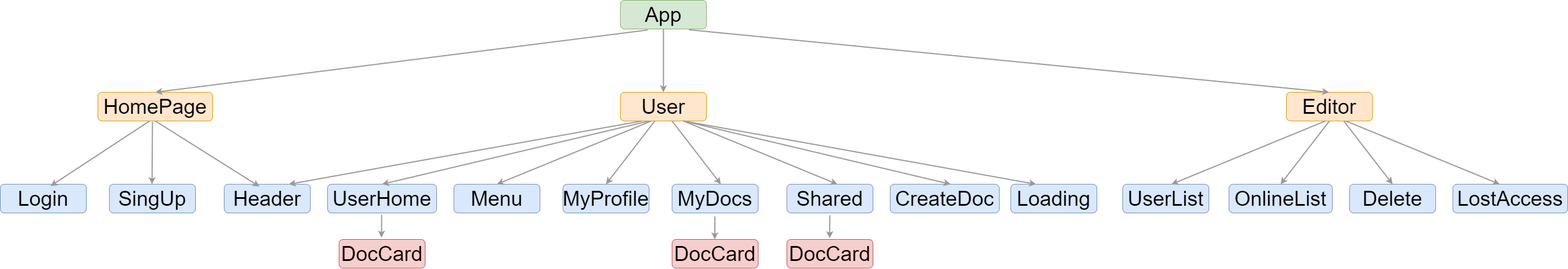
Earlier version of the draw.io export VueComponent.png (jerryliTAO/Doc-CoEdit). Source tidied: cells renumbered, new cells last; positions are measured from the earlier drawing's top-left corner, leaving out a move shared by most shapes.
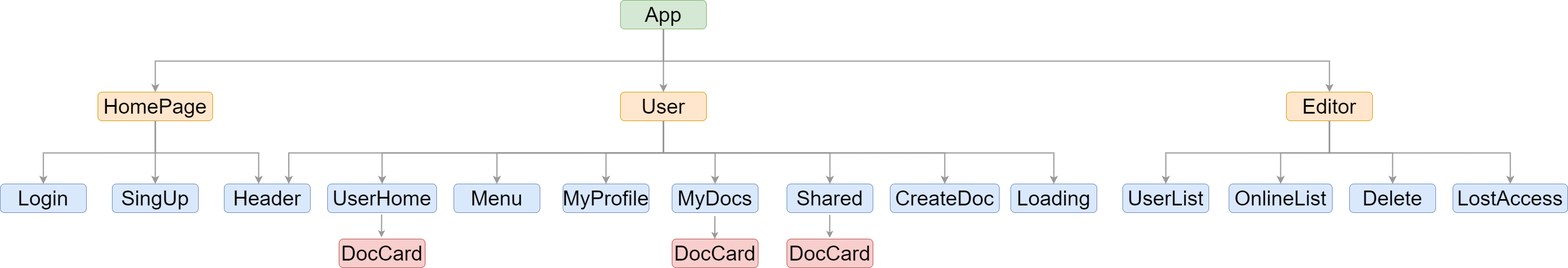
After the commit.

Commit message:
update gitignore frontend: VueComponent image

Change to the diagram source:
```diff
@@ -18,7 +18,7 @@
       <mxGeometry y="320" width="150" height="50" as="geometry" />
     </mxCell>
     <mxCell id="7" value="SingUp" style="rounded=1;whiteSpace=wrap;html=1;fontSize=36;fillColor=#dae8fc;strokeColor=#6c8ebf;" parent="1" vertex="1">
-      <mxGeometry x="190" y="320" width="150" height="50" as="geometry" />
+      <mxGeometry x="195" y="320" width="150" height="50" as="geometry" />
     </mxCell>
     <mxCell id="8" value="Header" style="rounded=1;whiteSpace=wrap;html=1;fontSize=36;fillColor=#dae8fc;strokeColor=#6c8ebf;" parent="1" vertex="1">
       <mxGeometry x="390" y="320" width="150" height="50" as="geometry" />
@@ -56,117 +56,88 @@
     <mxCell id="19" value="UserHome" style="rounded=1;whiteSpace=wrap;html=1;fontSize=36;fillColor=#dae8fc;strokeColor=#6c8ebf;" parent="1" vertex="1">
       <mxGeometry x="570" y="320" width="190" height="50" as="geometry" />
     </mxCell>
+    <mxCell id="44" value="DocCard" style="rounded=1;whiteSpace=wrap;html=1;fontSize=36;fillColor=#f8cecc;strokeColor=#b85450;" parent="1" vertex="1">
+      <mxGeometry x="590" y="416" width="150" height="50" as="geometry" />
+    </mxCell>
+    <mxCell id="45" value="DocCard" style="rounded=1;whiteSpace=wrap;html=1;fontSize=36;fillColor=#f8cecc;strokeColor=#b85450;" parent="1" vertex="1">
+      <mxGeometry x="1170" y="416" width="150" height="50" as="geometry" />
+    </mxCell>
+    <mxCell id="46" value="DocCard" style="rounded=1;whiteSpace=wrap;html=1;fontSize=36;fillColor=#f8cecc;strokeColor=#b85450;" parent="1" vertex="1">
+      <mxGeometry x="1370" y="416" width="150" height="50" as="geometry" />
+    </mxCell>
+    <mxCell id="47" style="endArrow=classic;html=1;rounded=0;strokeWidth=2;strokeColor=#999999;exitX=0.5;exitY=1;exitDx=0;exitDy=0;fontSize=36;" parent="1" edge="1">
+      <mxGeometry relative="1" as="geometry">
+        <mxPoint x="664.2" y="373" as="sourcePoint" />
+        <mxPoint x="664" y="413" as="targetPoint" />
+      </mxGeometry>
+    </mxCell>
+    <mxCell id="48" style="endArrow=classic;html=1;rounded=0;strokeWidth=2;strokeColor=#999999;exitX=0.5;exitY=1;exitDx=0;exitDy=0;fontSize=36;" parent="1" edge="1">
+      <mxGeometry relative="1" as="geometry">
+        <mxPoint x="1244.6" y="376" as="sourcePoint" />
+        <mxPoint x="1244.5" y="416" as="targetPoint" />
+      </mxGeometry>
+    </mxCell>
+    <mxCell id="49" style="endArrow=classic;html=1;rounded=0;strokeWidth=2;strokeColor=#999999;exitX=0.5;exitY=1;exitDx=0;exitDy=0;fontSize=36;" parent="1" edge="1">
+      <mxGeometry relative="1" as="geometry">
+        <mxPoint x="1444.8" y="374" as="sourcePoint" />
+        <mxPoint x="1444.6" y="414" as="targetPoint" />
+      </mxGeometry>
+    </mxCell>
+    <mxCell id="50" style="edgeStyle=elbowEdgeStyle;elbow=vertical;endArrow=classic;html=1;curved=0;rounded=0;endSize=8;startSize=8;strokeColor=#999999;strokeWidth=2;align=center;verticalAlign=middle;fontFamily=Helvetica;fontSize=36;fontColor=default;labelBackgroundColor=default;exitX=0.5;exitY=1;exitDx=0;exitDy=0;" parent="1" edge="1" source="2">
+      <mxGeometry relative="1" as="geometry">
+        <mxPoint x="270" y="160" as="targetPoint" />
+      </mxGeometry>
+    </mxCell>
+    <mxCell id="40" style="edgeStyle=elbowEdgeStyle;elbow=vertical;endArrow=classic;html=1;curved=0;rounded=0;endSize=8;startSize=8;strokeColor=#999999;strokeWidth=2;align=center;verticalAlign=middle;fontFamily=Helvetica;fontSize=36;fontColor=default;labelBackgroundColor=default;exitX=0.5;exitY=1;exitDx=0;exitDy=0;entryX=0.5;entryY=0;entryDx=0;entryDy=0;" parent="1" edge="1" source="2" target="4">
+      <mxGeometry relative="1" as="geometry" />
+    </mxCell>
+    <mxCell id="51" style="edgeStyle=elbowEdgeStyle;elbow=vertical;endArrow=classic;html=1;curved=0;rounded=0;endSize=8;startSize=8;strokeColor=#999999;strokeWidth=2;align=center;verticalAlign=middle;fontFamily=Helvetica;fontSize=36;fontColor=default;labelBackgroundColor=default;exitX=0.5;exitY=1;exitDx=0;exitDy=0;entryX=0.5;entryY=0;entryDx=0;entryDy=0;" parent="1" edge="1" source="2" target="5">
+      <mxGeometry relative="1" as="geometry" />
+    </mxCell>
+    <mxCell id="52" style="edgeStyle=elbowEdgeStyle;elbow=vertical;endArrow=classic;html=1;curved=0;rounded=0;endSize=8;startSize=8;strokeColor=#999999;strokeWidth=2;align=center;verticalAlign=middle;fontFamily=Helvetica;fontSize=36;fontColor=default;labelBackgroundColor=default;exitX=0.5;exitY=1;exitDx=0;exitDy=0;entryX=0.5;entryY=0;entryDx=0;entryDy=0;" parent="1" edge="1" source="3" target="6">
+      <mxGeometry relative="1" as="geometry" />
+    </mxCell>
+    <mxCell id="53" style="edgeStyle=elbowEdgeStyle;elbow=vertical;endArrow=classic;html=1;curved=0;rounded=0;endSize=8;startSize=8;strokeColor=#999999;strokeWidth=2;align=center;verticalAlign=middle;fontFamily=Helvetica;fontSize=36;fontColor=default;labelBackgroundColor=default;exitX=0.5;exitY=1;exitDx=0;exitDy=0;entryX=0.5;entryY=0;entryDx=0;entryDy=0;" parent="1" edge="1" source="3" target="7">
+      <mxGeometry relative="1" as="geometry" />
+    </mxCell>
+    <mxCell id="25" style="edgeStyle=elbowEdgeStyle;elbow=vertical;endArrow=classic;html=1;curved=0;rounded=0;endSize=8;startSize=8;strokeColor=#999999;strokeWidth=2;align=center;verticalAlign=middle;fontFamily=Helvetica;fontSize=36;fontColor=default;labelBackgroundColor=default;exitX=0.5;exitY=1;exitDx=0;exitDy=0;entryX=0.4;entryY=0;entryDx=0;entryDy=0;entryPerimeter=0;" parent="1" edge="1" source="3" target="8">
+      <mxGeometry relative="1" as="geometry" />
+    </mxCell>
+    <mxCell id="54" style="edgeStyle=elbowEdgeStyle;elbow=vertical;endArrow=classic;html=1;curved=0;rounded=0;endSize=8;startSize=8;strokeColor=#999999;strokeWidth=2;align=center;verticalAlign=middle;fontFamily=Helvetica;fontSize=36;fontColor=default;labelBackgroundColor=default;exitX=0.5;exitY=1;exitDx=0;exitDy=0;entryX=0.5;entryY=0;entryDx=0;entryDy=0;" parent="1" edge="1" source="4" target="10">
+      <mxGeometry relative="1" as="geometry" />
+    </mxCell>
+    <mxCell id="55" style="edgeStyle=elbowEdgeStyle;elbow=vertical;endArrow=classic;html=1;curved=0;rounded=0;endSize=8;startSize=8;strokeColor=#999999;strokeWidth=2;align=center;verticalAlign=middle;fontFamily=Helvetica;fontSize=36;fontColor=default;labelBackgroundColor=default;exitX=0.5;exitY=1;exitDx=0;exitDy=0;entryX=0.5;entryY=0;entryDx=0;entryDy=0;" parent="1" edge="1" source="4" target="11">
+      <mxGeometry relative="1" as="geometry" />
+    </mxCell>
+    <mxCell id="56" style="edgeStyle=elbowEdgeStyle;elbow=vertical;endArrow=classic;html=1;curved=0;rounded=0;endSize=8;startSize=8;strokeColor=#999999;strokeWidth=2;align=center;verticalAlign=middle;fontFamily=Helvetica;fontSize=36;fontColor=default;labelBackgroundColor=default;exitX=0.5;exitY=1;exitDx=0;exitDy=0;entryX=0.5;entryY=0;entryDx=0;entryDy=0;" parent="1" edge="1" source="4" target="12">
+      <mxGeometry relative="1" as="geometry" />
+    </mxCell>
+    <mxCell id="57" style="edgeStyle=elbowEdgeStyle;elbow=vertical;endArrow=classic;html=1;curved=0;rounded=0;endSize=8;startSize=8;strokeColor=#999999;strokeWidth=2;align=center;verticalAlign=middle;fontFamily=Helvetica;fontSize=36;fontColor=default;labelBackgroundColor=default;exitX=0.5;exitY=1;exitDx=0;exitDy=0;entryX=0.5;entryY=0;entryDx=0;entryDy=0;" parent="1" edge="1" source="4" target="17">
+      <mxGeometry relative="1" as="geometry" />
+    </mxCell>
+    <mxCell id="58" style="edgeStyle=elbowEdgeStyle;elbow=vertical;endArrow=classic;html=1;curved=0;rounded=0;endSize=8;startSize=8;strokeColor=#999999;strokeWidth=2;align=center;verticalAlign=middle;fontFamily=Helvetica;fontSize=36;fontColor=default;labelBackgroundColor=default;exitX=0.5;exitY=1;exitDx=0;exitDy=0;entryX=0.5;entryY=0;entryDx=0;entryDy=0;" parent="1" edge="1" source="5" target="13">
+      <mxGeometry relative="1" as="geometry" />
+    </mxCell>
+    <mxCell id="59" style="edgeStyle=elbowEdgeStyle;elbow=vertical;endArrow=classic;html=1;curved=0;rounded=0;endSize=8;startSize=8;strokeColor=#999999;strokeWidth=2;align=center;verticalAlign=middle;fontFamily=Helvetica;fontSize=36;fontColor=default;labelBackgroundColor=default;exitX=0.5;exitY=1;exitDx=0;exitDy=0;entryX=0.5;entryY=0;entryDx=0;entryDy=0;" parent="1" edge="1" source="5" target="14">
+      <mxGeometry relative="1" as="geometry" />
+    </mxCell>
+    <mxCell id="60" style="edgeStyle=elbowEdgeStyle;elbow=vertical;endArrow=classic;html=1;curved=0;rounded=0;endSize=8;startSize=8;strokeColor=#999999;strokeWidth=2;align=center;verticalAlign=middle;fontFamily=Helvetica;fontSize=36;fontColor=default;labelBackgroundColor=default;exitX=0.5;exitY=1;exitDx=0;exitDy=0;" parent="1" edge="1" source="5" target="15">
+      <mxGeometry relative="1" as="geometry" />
+    </mxCell>
+    <mxCell id="61" style="edgeStyle=elbowEdgeStyle;elbow=vertical;endArrow=classic;html=1;curved=0;rounded=0;endSize=8;startSize=8;strokeColor=#999999;strokeWidth=2;align=center;verticalAlign=middle;fontFamily=Helvetica;fontSize=36;fontColor=default;labelBackgroundColor=default;exitX=0.5;exitY=1;exitDx=0;exitDy=0;entryX=0.5;entryY=0;entryDx=0;entryDy=0;" parent="1" edge="1" source="5" target="16">
+      <mxGeometry relative="1" as="geometry" />
+    </mxCell>
-    <mxCell id="20" style="endArrow=classic;html=1;rounded=0;strokeWidth=2;strokeColor=#999999;exitX=0.25;exitY=1;exitDx=0;exitDy=0;entryX=0.75;entryY=0;entryDx=0;entryDy=0;fontSize=36;" parent="1" edge="1" source="4" target="8">
+    <mxCell id="20" style="edgeStyle=elbowEdgeStyle;elbow=vertical;endArrow=classic;html=1;curved=0;rounded=0;endSize=8;startSize=8;strokeColor=#999999;strokeWidth=2;align=center;verticalAlign=middle;fontFamily=Helvetica;fontSize=36;fontColor=default;labelBackgroundColor=default;exitX=0.5;exitY=1;exitDx=0;exitDy=0;entryX=0.75;entryY=0;entryDx=0;entryDy=0;" parent="1" edge="1" source="4" target="8">
       <mxGeometry relative="1" as="geometry" />
     </mxCell>
-    <mxCell id="21" style="endArrow=classic;html=1;rounded=0;strokeWidth=2;strokeColor=#999999;exitX=0.316;exitY=1.035;exitDx=0;exitDy=0;exitPerimeter=0;entryX=0.5;entryY=0;entryDx=0;entryDy=0;fontSize=36;" parent="1" edge="1" source="2" target="3">
-      <mxGeometry relative="1" as="geometry" />
-    </mxCell>
-    <mxCell id="22" style="endArrow=classic;html=1;rounded=0;strokeWidth=2;strokeColor=#999999;exitX=0.797;exitY=1.026;exitDx=0;exitDy=0;exitPerimeter=0;fontSize=36;" parent="1" edge="1" source="2">
-      <mxGeometry relative="1" as="geometry">
-        <mxPoint x="2314.4" y="160" as="targetPoint" />
-      </mxGeometry>
-    </mxCell>
-    <mxCell id="23" style="endArrow=classic;html=1;rounded=0;strokeWidth=2;strokeColor=#999999;exitX=0.605;exitY=1.026;exitDx=0;exitDy=0;exitPerimeter=0;fontSize=36;" parent="1" edge="1">
-      <mxGeometry relative="1" as="geometry">
-        <mxPoint x="265" y="211.3" as="sourcePoint" />
-        <mxPoint x="264.3" y="320" as="targetPoint" />
-      </mxGeometry>
-    </mxCell>
-    <mxCell id="24" style="endArrow=classic;html=1;rounded=0;strokeWidth=2;strokeColor=#999999;entryX=0.584;entryY=0.062;entryDx=0;entryDy=0;entryPerimeter=0;fontSize=36;" parent="1" edge="1" target="6">
-      <mxGeometry relative="1" as="geometry">
-        <mxPoint x="260" y="210" as="sourcePoint" />
-      </mxGeometry>
-    </mxCell>
-    <mxCell id="25" style="endArrow=classic;html=1;rounded=0;strokeWidth=2;strokeColor=#999999;entryX=0.41;entryY=0.081;entryDx=0;entryDy=0;entryPerimeter=0;exitX=0.5;exitY=1;exitDx=0;exitDy=0;fontSize=36;" parent="1" edge="1" source="3" target="8">
-      <mxGeometry relative="1" as="geometry" />
-    </mxCell>
+    <mxCell id="28" style="edgeStyle=elbowEdgeStyle;elbow=vertical;endArrow=classic;html=1;curved=0;rounded=0;endSize=8;startSize=8;strokeColor=#999999;strokeWidth=2;align=center;verticalAlign=middle;fontFamily=Helvetica;fontSize=36;fontColor=default;labelBackgroundColor=default;exitX=0.5;exitY=1;exitDx=0;exitDy=0;entryX=0.5;entryY=0;entryDx=0;entryDy=0;" parent="1" edge="1" source="4" target="9">
+      <mxGeometry relative="1" as="geometry" />
+    </mxCell>
+    <mxCell id="27" style="edgeStyle=elbowEdgeStyle;elbow=vertical;endArrow=classic;html=1;curved=0;rounded=0;endSize=8;startSize=8;strokeColor=#999999;strokeWidth=2;align=center;verticalAlign=middle;fontFamily=Helvetica;fontSize=36;fontColor=default;labelBackgroundColor=default;exitX=0.5;exitY=1;exitDx=0;exitDy=0;entryX=0.5;entryY=0;entryDx=0;entryDy=0;" parent="1" edge="1" source="4" target="18">
+      <mxGeometry relative="1" as="geometry" />
+    </mxCell>
-    <mxCell id="26" style="endArrow=classic;html=1;rounded=0;strokeWidth=2;strokeColor=#999999;exitX=0.332;exitY=1.002;exitDx=0;exitDy=0;entryX=0.5;entryY=0;entryDx=0;entryDy=0;exitPerimeter=0;fontSize=36;" parent="1" edge="1" source="4" target="19">
+    <mxCell id="26" style="edgeStyle=elbowEdgeStyle;elbow=vertical;endArrow=classic;html=1;curved=0;rounded=0;endSize=8;startSize=8;strokeColor=#999999;strokeWidth=2;align=center;verticalAlign=middle;fontFamily=Helvetica;fontSize=36;fontColor=default;labelBackgroundColor=default;exitX=0.5;exitY=1;exitDx=0;exitDy=0;entryX=0.5;entryY=0;entryDx=0;entryDy=0;" parent="1" edge="1" source="4" target="19">
       <mxGeometry relative="1" as="geometry" />
     </mxCell>
-    <mxCell id="27" style="endArrow=classic;html=1;rounded=0;strokeWidth=2;strokeColor=#999999;exitX=0.356;exitY=1.005;exitDx=0;exitDy=0;entryX=0.5;entryY=0;entryDx=0;entryDy=0;exitPerimeter=0;fontSize=36;" parent="1" edge="1" source="4" target="18">
-      <mxGeometry relative="1" as="geometry" />
-    </mxCell>
-    <mxCell id="28" style="endArrow=classic;html=1;rounded=0;strokeWidth=2;strokeColor=#999999;exitX=0.4;exitY=1;exitDx=0;exitDy=0;entryX=0.5;entryY=0;entryDx=0;entryDy=0;exitPerimeter=0;fontSize=36;" parent="1" edge="1" source="4" target="9">
-      <mxGeometry relative="1" as="geometry" />
-    </mxCell>
-    <mxCell id="29" style="endArrow=classic;html=1;rounded=0;strokeWidth=2;strokeColor=#999999;exitX=0.25;exitY=1;exitDx=0;exitDy=0;entryX=0.75;entryY=0;entryDx=0;entryDy=0;fontSize=36;" parent="1" edge="1">
-      <mxGeometry relative="1" as="geometry">
-        <mxPoint x="1190" y="210" as="sourcePoint" />
-        <mxPoint x="1804" y="320" as="targetPoint" />
-      </mxGeometry>
-    </mxCell>
-    <mxCell id="30" style="endArrow=classic;html=1;rounded=0;strokeWidth=2;strokeColor=#999999;exitX=0.332;exitY=1.002;exitDx=0;exitDy=0;entryX=0.5;entryY=0;entryDx=0;entryDy=0;exitPerimeter=0;fontSize=36;" parent="1" edge="1">
-      <mxGeometry relative="1" as="geometry">
-        <mxPoint x="1190" y="210" as="sourcePoint" />
-        <mxPoint x="1655" y="320" as="targetPoint" />
-      </mxGeometry>
-    </mxCell>
-    <mxCell id="31" style="endArrow=classic;html=1;rounded=0;strokeWidth=2;strokeColor=#999999;exitX=0.356;exitY=1.005;exitDx=0;exitDy=0;entryX=0.5;entryY=0;entryDx=0;entryDy=0;exitPerimeter=0;fontSize=36;" parent="1" edge="1">
-      <mxGeometry relative="1" as="geometry">
-        <mxPoint x="1190" y="210" as="sourcePoint" />
-        <mxPoint x="1458" y="320" as="targetPoint" />
-      </mxGeometry>
-    </mxCell>
-    <mxCell id="32" style="endArrow=classic;html=1;rounded=0;strokeWidth=2;strokeColor=#999999;exitX=0.4;exitY=1;exitDx=0;exitDy=0;entryX=0.5;entryY=0;entryDx=0;entryDy=0;exitPerimeter=0;fontSize=36;" parent="1" edge="1">
-      <mxGeometry relative="1" as="geometry">
-        <mxPoint x="1170" y="210" as="sourcePoint" />
-        <mxPoint x="1255" y="320" as="targetPoint" />
-      </mxGeometry>
-    </mxCell>
-    <mxCell id="33" style="endArrow=classic;html=1;rounded=0;strokeWidth=2;strokeColor=#999999;exitX=0.356;exitY=1.005;exitDx=0;exitDy=0;entryX=0.5;entryY=0;entryDx=0;entryDy=0;exitPerimeter=0;fontSize=36;" parent="1" edge="1">
-      <mxGeometry relative="1" as="geometry">
-        <mxPoint x="2308" y="210" as="sourcePoint" />
-        <mxPoint x="2040" y="320" as="targetPoint" />
-      </mxGeometry>
-    </mxCell>
-    <mxCell id="34" style="endArrow=classic;html=1;rounded=0;strokeWidth=2;strokeColor=#999999;exitX=0.4;exitY=1;exitDx=0;exitDy=0;entryX=0.5;entryY=0;entryDx=0;entryDy=0;exitPerimeter=0;fontSize=36;" parent="1" edge="1">
-      <mxGeometry relative="1" as="geometry">
-        <mxPoint x="2315" y="210" as="sourcePoint" />
-        <mxPoint x="2230" y="320" as="targetPoint" />
-      </mxGeometry>
-    </mxCell>
-    <mxCell id="35" style="endArrow=classic;html=1;rounded=0;strokeWidth=2;strokeColor=#999999;exitX=0.356;exitY=1.005;exitDx=0;exitDy=0;entryX=0.5;entryY=0;entryDx=0;entryDy=0;exitPerimeter=0;fontSize=36;" parent="1" edge="1">
-      <mxGeometry relative="1" as="geometry">
-        <mxPoint x="2343.5" y="210" as="sourcePoint" />
-        <mxPoint x="2611.5" y="320" as="targetPoint" />
-      </mxGeometry>
-    </mxCell>
-    <mxCell id="36" style="endArrow=classic;html=1;rounded=0;strokeWidth=2;strokeColor=#999999;exitX=0.4;exitY=1;exitDx=0;exitDy=0;entryX=0.5;entryY=0;entryDx=0;entryDy=0;exitPerimeter=0;fontSize=36;" parent="1" edge="1">
-      <mxGeometry relative="1" as="geometry">
-        <mxPoint x="2340" y="210" as="sourcePoint" />
-        <mxPoint x="2425" y="320" as="targetPoint" />
-      </mxGeometry>
-    </mxCell>
-    <mxCell id="37" value="DocCard" style="rounded=1;whiteSpace=wrap;html=1;fontSize=36;fillColor=#f8cecc;strokeColor=#b85450;" parent="1" vertex="1">
-      <mxGeometry x="590" y="416" width="150" height="50" as="geometry" />
-    </mxCell>
-    <mxCell id="38" value="DocCard" style="rounded=1;whiteSpace=wrap;html=1;fontSize=36;fillColor=#f8cecc;strokeColor=#b85450;" parent="1" vertex="1">
-      <mxGeometry x="1170" y="416" width="150" height="50" as="geometry" />
-    </mxCell>
-    <mxCell id="39" value="DocCard" style="rounded=1;whiteSpace=wrap;html=1;fontSize=36;fillColor=#f8cecc;strokeColor=#b85450;" parent="1" vertex="1">
-      <mxGeometry x="1370" y="416" width="150" height="50" as="geometry" />
-    </mxCell>
-    <mxCell id="40" style="endArrow=classic;html=1;rounded=0;strokeWidth=2;strokeColor=#999999;entryX=0.5;entryY=0;entryDx=0;entryDy=0;exitX=0.5;exitY=1;exitDx=0;exitDy=0;fontSize=36;" parent="1" edge="1" source="2" target="4">
-      <mxGeometry relative="1" as="geometry" />
-    </mxCell>
-    <mxCell id="41" style="endArrow=classic;html=1;rounded=0;strokeWidth=2;strokeColor=#999999;exitX=0.5;exitY=1;exitDx=0;exitDy=0;fontSize=36;" parent="1" edge="1">
-      <mxGeometry relative="1" as="geometry">
-        <mxPoint x="664.2" y="373" as="sourcePoint" />
-        <mxPoint x="664" y="413" as="targetPoint" />
-      </mxGeometry>
-    </mxCell>
-    <mxCell id="42" style="endArrow=classic;html=1;rounded=0;strokeWidth=2;strokeColor=#999999;exitX=0.5;exitY=1;exitDx=0;exitDy=0;fontSize=36;" parent="1" edge="1">
-      <mxGeometry relative="1" as="geometry">
-        <mxPoint x="1244.6" y="376" as="sourcePoint" />
-        <mxPoint x="1244.5" y="416" as="targetPoint" />
-      </mxGeometry>
-    </mxCell>
-    <mxCell id="43" style="endArrow=classic;html=1;rounded=0;strokeWidth=2;strokeColor=#999999;exitX=0.5;exitY=1;exitDx=0;exitDy=0;fontSize=36;" parent="1" edge="1">
-      <mxGeometry relative="1" as="geometry">
-        <mxPoint x="1444.8" y="374" as="sourcePoint" />
-        <mxPoint x="1444.6" y="414" as="targetPoint" />
-      </mxGeometry>
-    </mxCell>
   </root>
 </mxGraphModel>
```
